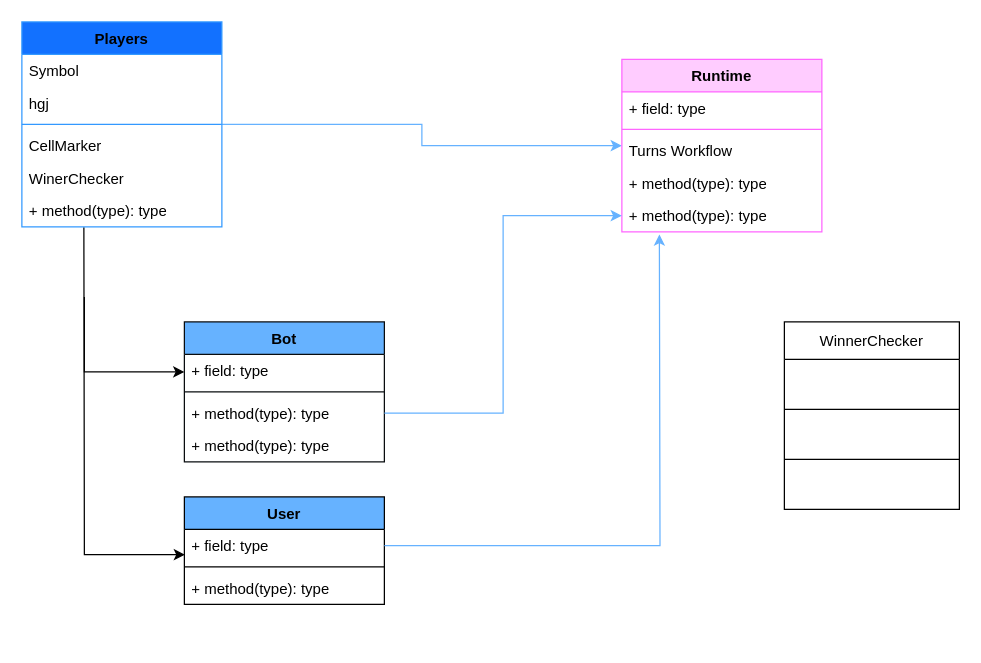
This is Tic-tac-toe Game/UML/uml.drawio from gbacoding/Project_Portfolio, a draw.io file, before an edit. Source tidied: cells renumbered, new cells numbered last; positions are measured from the earlier drawing's top-left corner, leaving out a move shared by most shapes. Both pictures are drawn from the tidied source at 125%, with x=0, y=0 at pixel (21, 21).
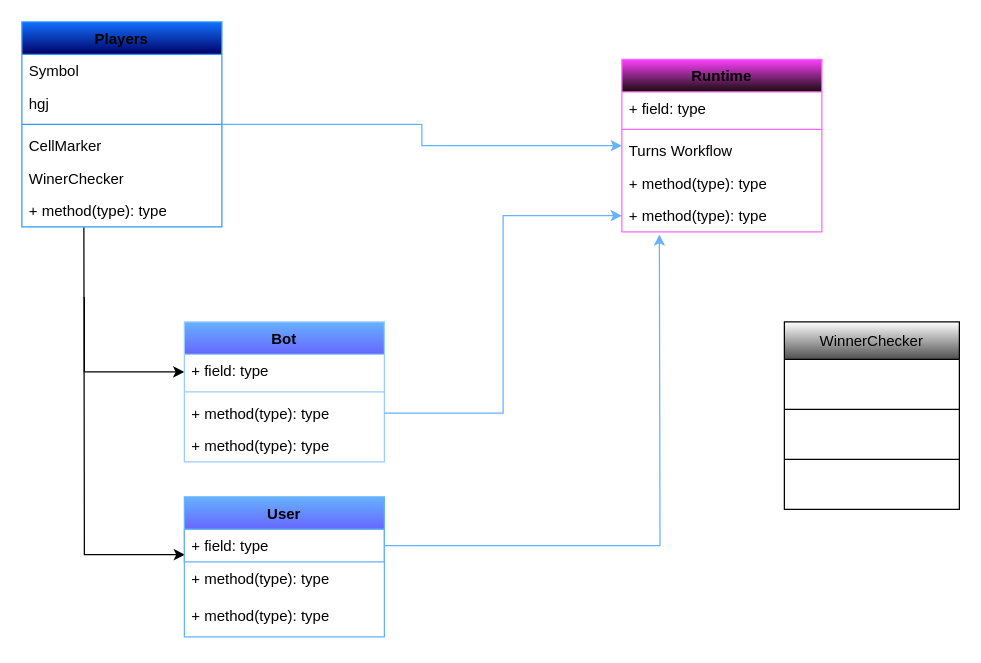
Above is the later version.

Commit message:
colour classes UML v0

What changed in the source:
```diff
@@
-    <mxCell id="5" value="Players" style="swimlane;fontStyle=1;align=center;verticalAlign=top;horizontal=1;startSize=26;whiteSpace=wrap;html=1;fillColor=#1271FF;strokeColor=#3399FF;" parent="1" vertex="1">
+    <mxCell id="5" value="Players" style="swimlane;fontStyle=1;align=center;verticalAlign=top;horizontal=1;startSize=26;whiteSpace=wrap;html=1;fillColor=#1271FF;strokeColor=#3399FF;gradientColor=#000066;" parent="1" vertex="1">
       <mxGeometry width="160" height="164" as="geometry" />
     </mxCell>
@@
-    <mxCell id="12" value="User" style="swimlane;fontStyle=1;align=center;verticalAlign=top;horizontal=1;startSize=26;whiteSpace=wrap;html=1;fillColor=#66B2FF;" parent="1" vertex="1">
-      <mxGeometry x="130" y="380" width="160" height="86" as="geometry" />
+    <mxCell id="12" value="User" style="swimlane;fontStyle=1;align=center;verticalAlign=top;horizontal=1;startSize=26;whiteSpace=wrap;html=1;fillColor=#66B2FF;strokeColor=#66B2FF;gradientColor=#6666FF;" parent="1" vertex="1">
+      <mxGeometry x="130" y="380" width="160" height="112" as="geometry" />
     </mxCell>
@@
-    <mxCell id="14" value="+ field: type" style="text;strokeColor=none;fillColor=none;align=left;verticalAlign=top;spacingLeft=4;spacingRight=4;overflow=hidden;points=[[0,0.5],[1,0.5]];portConstraint=eastwest;whiteSpace=wrap;html=1;" parent="12" vertex="1">
+    <mxCell id="14" value="+ field: type" style="text;strokeColor=#66B2FF;fillColor=none;align=left;verticalAlign=top;spacingLeft=4;spacingRight=4;overflow=hidden;points=[[0,0.5],[1,0.5]];portConstraint=eastwest;whiteSpace=wrap;html=1;" parent="12" vertex="1">
       <mxGeometry y="26" width="160" height="26" as="geometry" />
     </mxCell>
-    <mxCell id="15" style="line;strokeWidth=1;fillColor=none;align=left;verticalAlign=middle;spacingTop=-1;spacingLeft=3;spacingRight=3;labelPosition=right;strokeColor=inherit;" parent="12" vertex="1">
-      <mxGeometry y="52" width="160" height="8" as="geometry" />
-    </mxCell>
     <mxCell id="16" value="+ method(type): type" style="text;strokeColor=none;fillColor=none;align=left;verticalAlign=top;spacingLeft=4;spacingRight=4;overflow=hidden;whiteSpace=wrap;html=1;" parent="12" vertex="1">
-      <mxGeometry y="60" width="160" height="26" as="geometry" />
+      <mxGeometry y="52" width="160" height="30" as="geometry" />
     </mxCell>
+    <mxCell id="36" value="+ method(type): type" style="text;strokeColor=none;fillColor=none;align=left;verticalAlign=top;spacingLeft=4;spacingRight=4;overflow=hidden;whiteSpace=wrap;html=1;" parent="12" vertex="1">
+      <mxGeometry y="82" width="160" height="30" as="geometry" />
+    </mxCell>
-    <mxCell id="17" value="Bot" style="swimlane;fontStyle=1;align=center;verticalAlign=top;horizontal=1;startSize=26;whiteSpace=wrap;html=1;fillColor=#66B2FF;strokeColor=#090C0F;" parent="1" vertex="1">
+    <mxCell id="17" value="Bot" style="swimlane;fontStyle=1;align=center;verticalAlign=top;horizontal=1;startSize=26;whiteSpace=wrap;html=1;fillColor=#66B2FF;strokeColor=#99CCFF;gradientColor=#6666FF;" parent="1" vertex="1">
       <mxGeometry x="130" y="240" width="160" height="112" as="geometry" />
     </mxCell>
@@
-    <mxCell id="22" value="Runtime" style="swimlane;fontStyle=1;align=center;verticalAlign=top;horizontal=1;startSize=26;whiteSpace=wrap;html=1;fillColor=#FFCCFF;strokeColor=#FF66FF;" parent="1" vertex="1">
+    <mxCell id="22" value="Runtime" style="swimlane;fontStyle=1;align=center;verticalAlign=top;horizontal=1;startSize=26;whiteSpace=wrap;html=1;fillColor=#FF40FF;strokeColor=#FF66FF;fillStyle=auto;gradientColor=#140b0b;" parent="1" vertex="1">
       <mxGeometry x="480" y="30" width="160" height="138" as="geometry" />
     </mxCell>
@@
-    <mxCell id="29" value="WinnerChecker" style="shape=table;startSize=30;childLayout=tableLayout;" parent="1" vertex="1">
+    <mxCell id="29" value="WinnerChecker" style="shape=table;startSize=30;childLayout=tableLayout;gradientColor=#4F4F4F;" parent="1" vertex="1">
       <mxGeometry x="610" y="240" width="140" height="150" as="geometry" />
     </mxCell>
```
